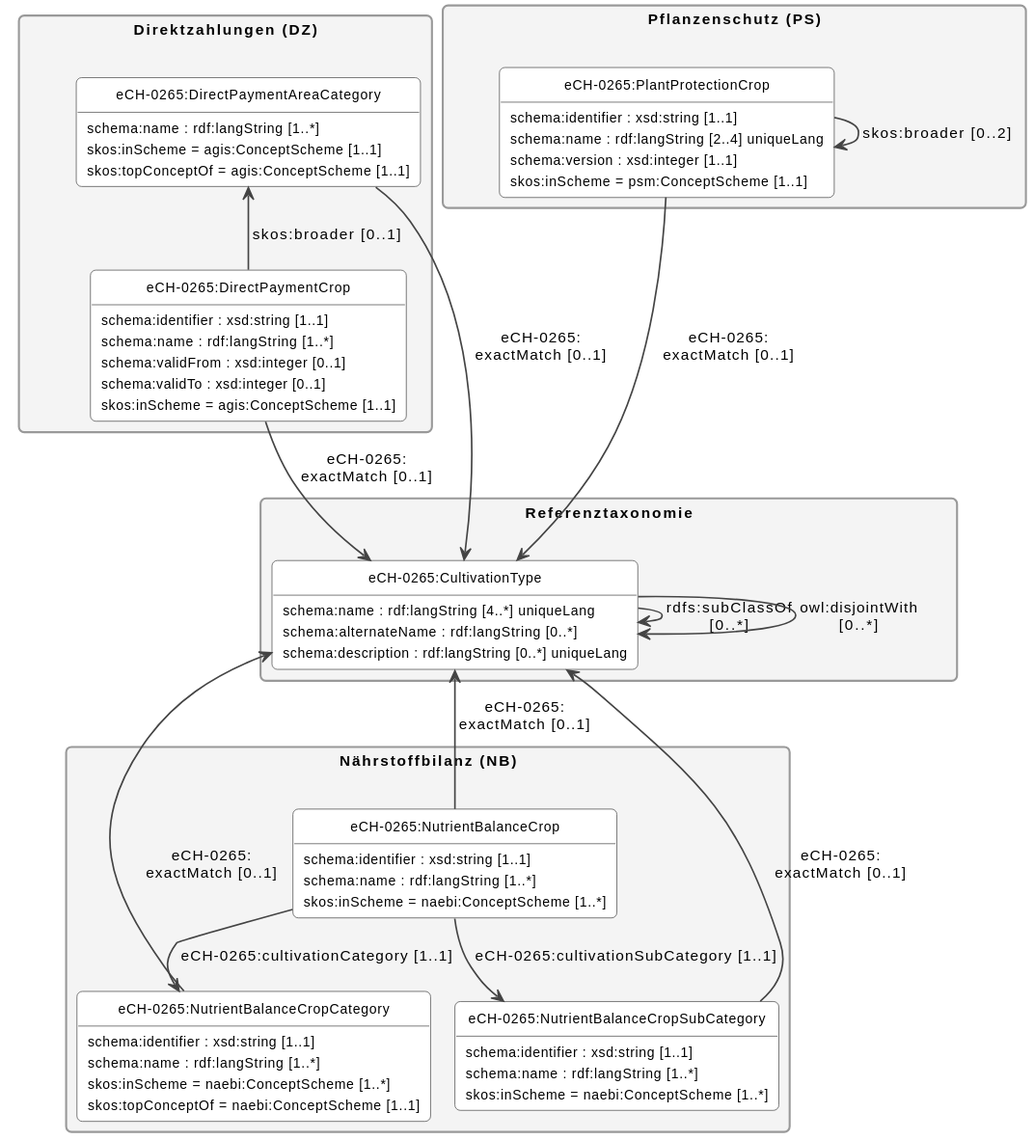
The PlantUML diagram de/assets/img/data_model.svg in blw-ofag-ufag/eCH-0265, before a commit. Its diagram source:
```plantuml
@startuml
!pragma layout smetana
skinparam shadowing false
skinparam roundCorner 8
skinparam packageStyle rectangle
skinparam defaultFontSize 11
skinparam classFontSize 12
skinparam Padding 2
skinparam ArrowColor #444444
skinparam ArrowThickness 1.2
skinparam classBorderColor #444444
skinparam classBackgroundColor #FFFFFF
skinparam classAttributeFontSize 10
skinparam packageBorderColor #999999
skinparam packageBackgroundColor #F4F4F4
hide circle
hide empty members

package "Direktzahlungen (DZ)" as DZ {
  class "eCH-0265:DirectPaymentAreaCategory" as DZC {
    schema:name : rdf:langString [1..*]
    skos:inScheme = agis:ConceptScheme [1..1]
    skos:topConceptOf = agis:ConceptScheme [1..1]
  }
  class "eCH-0265:DirectPaymentCrop" as DZK {
    schema:identifier : xsd:string [1..1]
    schema:name : rdf:langString [1..*]
    schema:validFrom : xsd:integer [0..1]
    schema:validTo : xsd:integer [0..1]
    skos:inScheme = agis:ConceptScheme [1..1]
  }
  DZK -up-> DZC : skos:broader [0..1]
}

package "Nährstoffbilanz (NB)" as NB {
  class "eCH-0265:NutrientBalanceCropCategory" as NBC {
    schema:identifier : xsd:string [1..1]
    schema:name : rdf:langString [1..*]
    skos:inScheme = naebi:ConceptScheme [1..*]
    skos:topConceptOf = naebi:ConceptScheme [1..1]
  }
  class "eCH-0265:NutrientBalanceCropSubCategory" as NBS {
    schema:identifier : xsd:string [1..1]
    schema:name : rdf:langString [1..*]
    skos:inScheme = naebi:ConceptScheme [1..*]
  }
  class "eCH-0265:NutrientBalanceCrop" as NBK {
    schema:identifier : xsd:string [1..1]
    schema:name : rdf:langString [1..*]
    skos:inScheme = naebi:ConceptScheme [1..*]
  }
  NBK --> NBC : eCH-0265:cultivationCategory [1..1]
  NBK --> NBS : eCH-0265:cultivationSubCategory [1..1]
}

package "Pflanzenschutz (PS)" as PS {
  class "eCH-0265:PlantProtectionCrop" as PSK {
    schema:identifier : xsd:string [1..1]
    schema:name : rdf:langString [2..4] uniqueLang
    schema:version : xsd:integer [1..1]
    skos:inScheme = psm:ConceptScheme [1..1]
  }
  PSK --> PSK : skos:broader [0..2]
}

package "Referenztaxonomie" as REF {
  class "eCH-0265:CultivationType" as CT {
    schema:name : rdf:langString [4..*] uniqueLang
    schema:alternateName : rdf:langString [0..*]
    schema:description : rdf:langString [0..*] uniqueLang
  }
  CT --> CT : rdfs:subClassOf\n[0..*]
  CT --> CT : owl:disjointWith\n[0..*]
}

DZC --> CT : eCH-0265:\nexactMatch [0..1]
DZK --> CT : eCH-0265:\nexactMatch [0..1]
NBC -up-> CT : eCH-0265:\nexactMatch [0..1]
NBS -up-> CT : eCH-0265:\nexactMatch [0..1]
NBK -up-> CT : eCH-0265:\nexactMatch [0..1]
PSK --> CT : eCH-0265:\nexactMatch [0..1]
DZ -[hidden]right- PS
@enduml
```
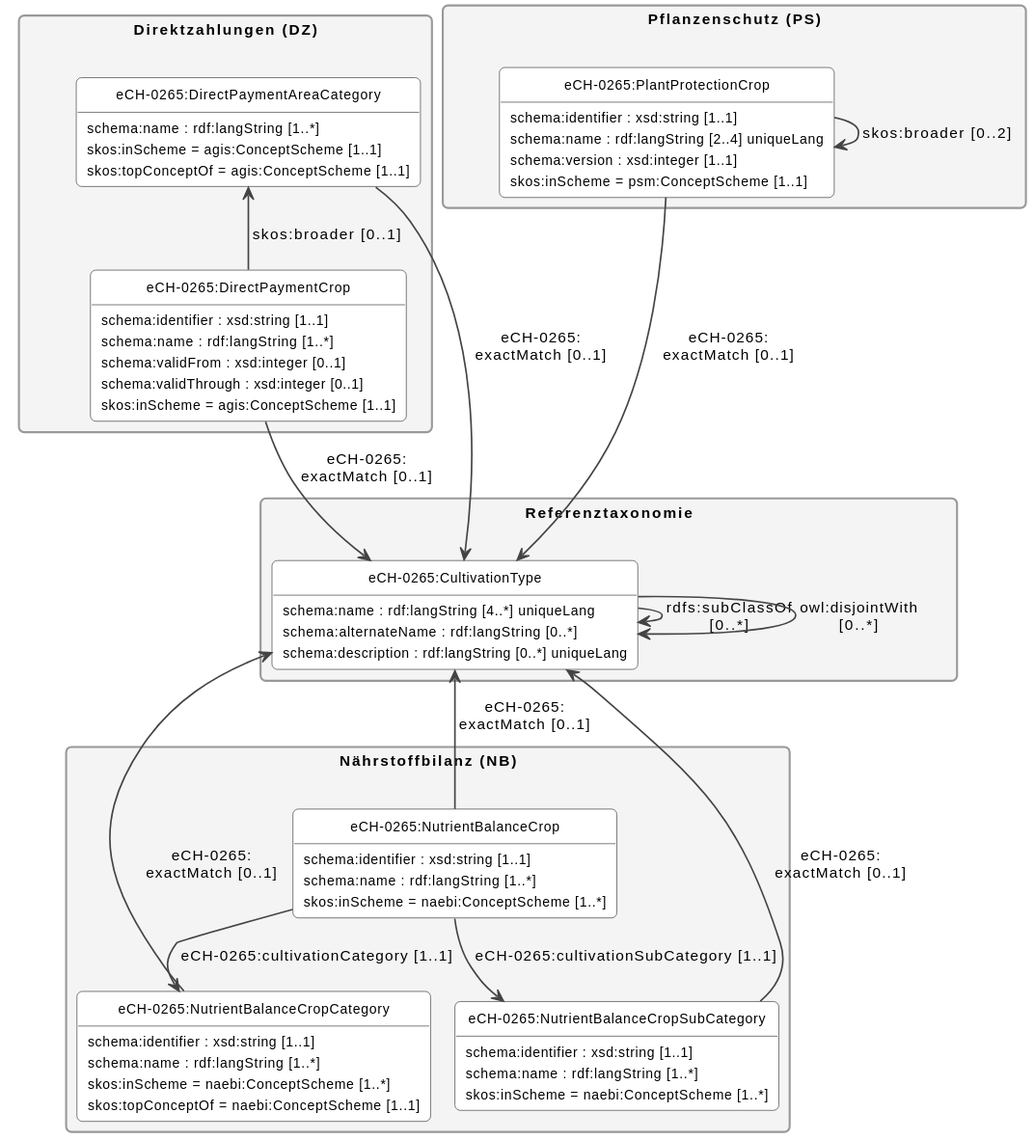
The same file after the commit.

Diff of the diagram source:
```diff
@@ -26,7 +26,7 @@
     schema:identifier : xsd:string [1..1]
     schema:name : rdf:langString [1..*]
     schema:validFrom : xsd:integer [0..1]
-    schema:validTo : xsd:integer [0..1]
+    schema:validThrough : xsd:integer [0..1]
     skos:inScheme = agis:ConceptScheme [1..1]
   }
   DZK -up-> DZC : skos:broader [0..1]
```
